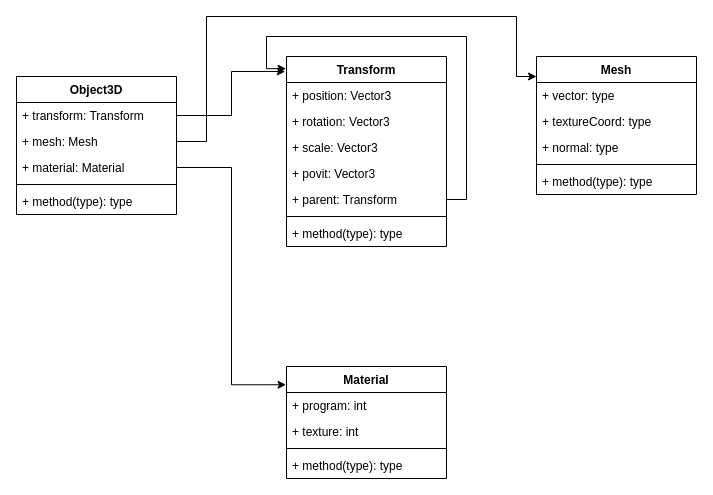
zoozooll/MyExercise keeps this draw.io diagram as Untitled Diagram.drawio. Above is the earlier version. Source tidied: cells renumbered, new cells numbered last; positions are measured from the earlier drawing's top-left corner, leaving out a move shared by most shapes. Both pictures are drawn from the tidied source at 100%, with x=0, y=0 at pixel (16, 16).
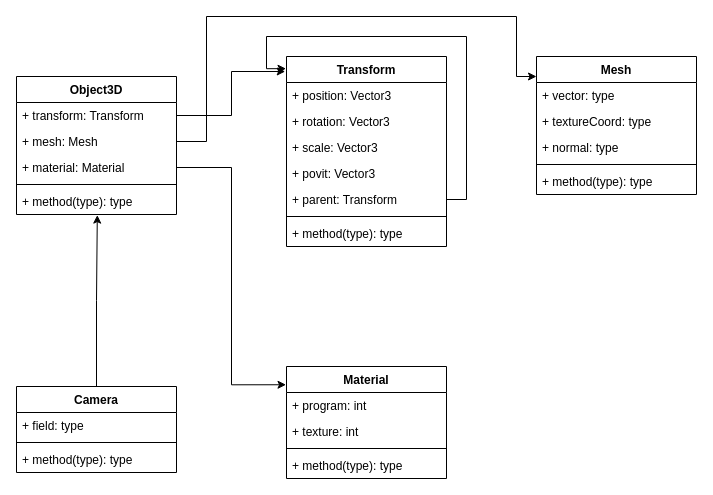
Above is the later version.

The change refers to these unchanged cells:
```xml
<mxCell id="7" value="+ method(type): type" style="text;strokeColor=none;fillColor=none;align=left;verticalAlign=top;spacingLeft=4;spacingRight=4;overflow=hidden;points=[[0,0.5],[1,0.5]];portConstraint=eastwest;" parent="2" vertex="1">
  <mxGeometry y="112" width="160" height="26" as="geometry" />
</mxCell>
```

Diff of the diagram source:
```diff
@@
+    <mxCell id="31" style="edgeStyle=orthogonalEdgeStyle;rounded=0;jettySize=auto;html=1;entryX=0.505;entryY=1.023;entryDx=0;entryDy=0;entryPerimeter=0;" parent="1" edge="1" source="32" target="7">
+      <mxGeometry relative="1" as="geometry" />
+    </mxCell>
+    <mxCell id="32" value="Camera" style="swimlane;fontStyle=1;align=center;verticalAlign=top;horizontal=1;startSize=26;" parent="1" vertex="1">
+      <mxGeometry y="370" width="160" height="86" as="geometry" />
+    </mxCell>
+    <mxCell id="33" value="+ field: type" style="text;strokeColor=none;fillColor=none;align=left;verticalAlign=top;spacingLeft=4;spacingRight=4;overflow=hidden;" parent="32" vertex="1">
+      <mxGeometry y="26" width="160" height="26" as="geometry" />
+    </mxCell>
+    <mxCell id="34" style="line;strokeWidth=1;fillColor=none;align=left;verticalAlign=middle;spacingTop=-1;spacingLeft=3;spacingRight=3;labelPosition=right;" parent="32" vertex="1">
+      <mxGeometry y="52" width="160" height="8" as="geometry" />
+    </mxCell>
+    <mxCell id="35" value="+ method(type): type" style="text;strokeColor=none;fillColor=none;align=left;verticalAlign=top;spacingLeft=4;spacingRight=4;overflow=hidden;" parent="32" vertex="1">
+      <mxGeometry y="60" width="160" height="26" as="geometry" />
+    </mxCell>
```
